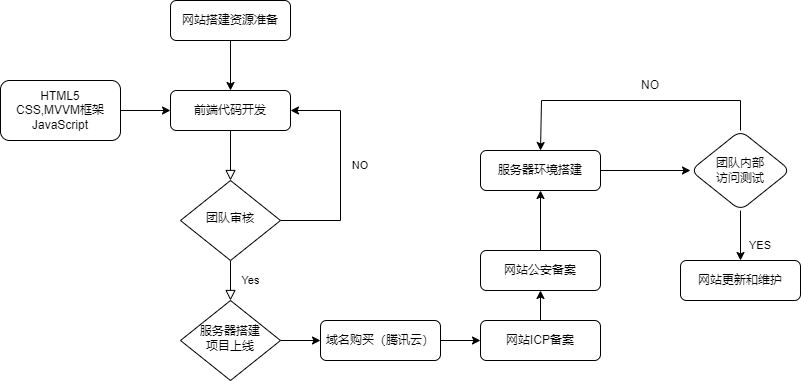
The draw.io diagram 未命名绘图.drawio.png in szygzmza/jxyn.github.io, before a commit. Source tidied: cells renumbered, new cells last; positions are measured from the earlier drawing's top-left corner, leaving out a move shared by most shapes.
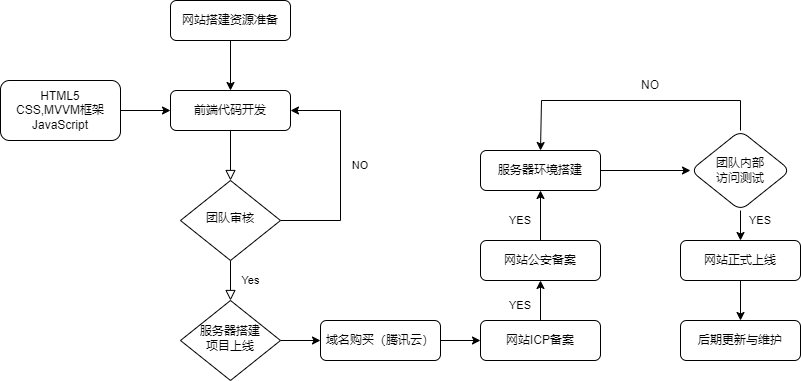
After the change.

Commit message:
更新未命名绘图.drawio.png

Diff of the diagram source:
```diff
@@ -53,7 +53,7 @@
       <mxGeometry relative="1" as="geometry" />
     </mxCell>
     <mxCell id="17" value="网站公安备案" style="whiteSpace=wrap;html=1;rounded=1;glass=0;strokeWidth=1;shadow=0;" parent="1" vertex="1">
-      <mxGeometry x="480" y="250" width="120" height="40" as="geometry" />
+      <mxGeometry x="480" y="240" width="120" height="40" as="geometry" />
     </mxCell>
     <mxCell id="18" style="edgeStyle=orthogonalEdgeStyle;rounded=0;jettySize=auto;html=1;" parent="1" edge="1" source="19" target="22">
       <mxGeometry relative="1" as="geometry" />
@@ -75,11 +75,14 @@
     <mxCell id="22" value="团队内部&lt;br&gt;访问测试" style="rhombus;whiteSpace=wrap;html=1;rounded=1;glass=0;strokeWidth=1;shadow=0;" parent="1" vertex="1">
       <mxGeometry x="690" y="130" width="100" height="80" as="geometry" />
     </mxCell>
+    <mxCell id="28" style="edgeStyle=orthogonalEdgeStyle;rounded=0;jettySize=auto;html=1;" parent="1" edge="1" source="23" target="29">
+      <mxGeometry relative="1" as="geometry" />
+    </mxCell>
-    <mxCell id="23" value="网站更新和维护" style="whiteSpace=wrap;html=1;rounded=1;glass=0;strokeWidth=1;shadow=0;" parent="1" vertex="1">
-      <mxGeometry x="680" y="260" width="120" height="40" as="geometry" />
+    <mxCell id="23" value="网站正式上线" style="whiteSpace=wrap;html=1;rounded=1;glass=0;strokeWidth=1;shadow=0;" parent="1" vertex="1">
+      <mxGeometry x="680" y="240" width="120" height="40" as="geometry" />
     </mxCell>
     <mxCell id="24" value="YES" style="text;strokeColor=none;align=center;fillColor=none;html=1;verticalAlign=middle;whiteSpace=wrap;rounded=0;fontSize=11;" parent="1" vertex="1">
-      <mxGeometry x="730" y="230" width="60" height="30" as="geometry" />
+      <mxGeometry x="730" y="205" width="60" height="30" as="geometry" />
     </mxCell>
     <mxCell id="25" value="NO" style="text;strokeColor=none;align=center;fillColor=none;html=1;verticalAlign=middle;whiteSpace=wrap;rounded=0;" parent="1" vertex="1">
       <mxGeometry x="620" y="70" width="60" height="30" as="geometry" />
@@ -90,5 +93,14 @@
     <mxCell id="27" value="网站搭建资源准备" style="rounded=1;whiteSpace=wrap;html=1;fontSize=12;glass=0;strokeWidth=1;shadow=0;" parent="1" vertex="1">
       <mxGeometry x="170" width="120" height="40" as="geometry" />
     </mxCell>
+    <mxCell id="29" value="后期更新与维护" style="whiteSpace=wrap;html=1;rounded=1;glass=0;strokeWidth=1;shadow=0;" parent="1" vertex="1">
+      <mxGeometry x="680" y="320" width="120" height="40" as="geometry" />
+    </mxCell>
+    <mxCell id="30" value="YES" style="text;strokeColor=none;align=center;fillColor=none;html=1;verticalAlign=middle;whiteSpace=wrap;rounded=0;fontSize=11;" parent="1" vertex="1">
+      <mxGeometry x="490" y="290" width="60" height="30" as="geometry" />
+    </mxCell>
+    <mxCell id="31" value="YES" style="text;strokeColor=none;align=center;fillColor=none;html=1;verticalAlign=middle;whiteSpace=wrap;rounded=0;fontSize=11;" parent="1" vertex="1">
+      <mxGeometry x="490" y="205" width="60" height="30" as="geometry" />
+    </mxCell>
   </root>
 </mxGraphModel>
```
